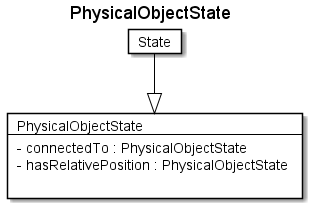
Above: fragments/diagrams/PhysicalObjectState.png in rtigran/rdf2adoc (PlantUML), before the change. The source it was exported from:
```plantuml
@startuml
Title PhysicalObjectState

Card PhysicalObjectState #fff [
PhysicalObjectState
----
- connectedTo : PhysicalObjectState
- hasRelativePosition : PhysicalObjectState

]
Card State #fff [
State
]
State --|> PhysicalObjectState  #000
@enduml
```
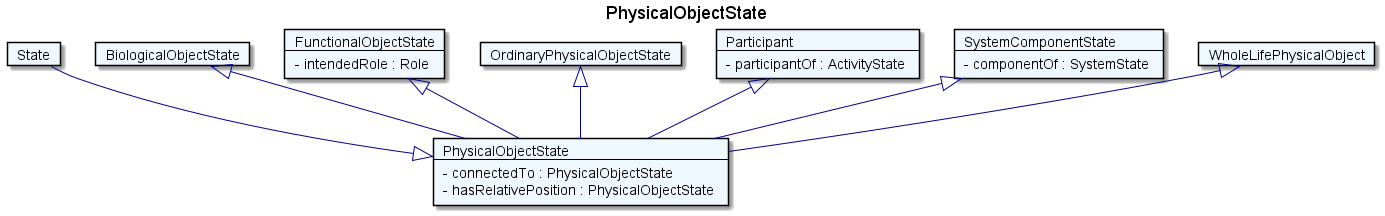
The same diagram one commit later.

The edit, as a diff of the source:
```diff
@@ -1,15 +1,44 @@
 @startuml
 Title PhysicalObjectState
 
-Card PhysicalObjectState #fff [
+Card PhysicalObjectState #F0F8FF [
 PhysicalObjectState
 ----
 - connectedTo : PhysicalObjectState
 - hasRelativePosition : PhysicalObjectState
-
 ]
-Card State #fff [
+Card State #F0F8FF [
 State
 ]
-State --|> PhysicalObjectState  #000
+State --|> PhysicalObjectState  #00008B
+Card BiologicalObjectState #F0F8FF [
+BiologicalObjectState
+]
+BiologicalObjectState <|-- PhysicalObjectState  #00008B
+Card FunctionalObjectState #F0F8FF [
+FunctionalObjectState
+----
+- intendedRole : Role
+]
+FunctionalObjectState <|-- PhysicalObjectState  #00008B
+Card OrdinaryPhysicalObjectState #F0F8FF [
+OrdinaryPhysicalObjectState
+]
+OrdinaryPhysicalObjectState <|-- PhysicalObjectState  #00008B
+Card Participant #F0F8FF [
+Participant
+----
+- participantOf : ActivityState
+]
+Participant <|-- PhysicalObjectState  #00008B
+Card SystemComponentState #F0F8FF [
+SystemComponentState
+----
+- componentOf : SystemState
+]
+SystemComponentState <|-- PhysicalObjectState  #00008B
+Card WholeLifePhysicalObject #F0F8FF [
+WholeLifePhysicalObject
+]
+WholeLifePhysicalObject <|-- PhysicalObjectState  #00008B
 @enduml
```
